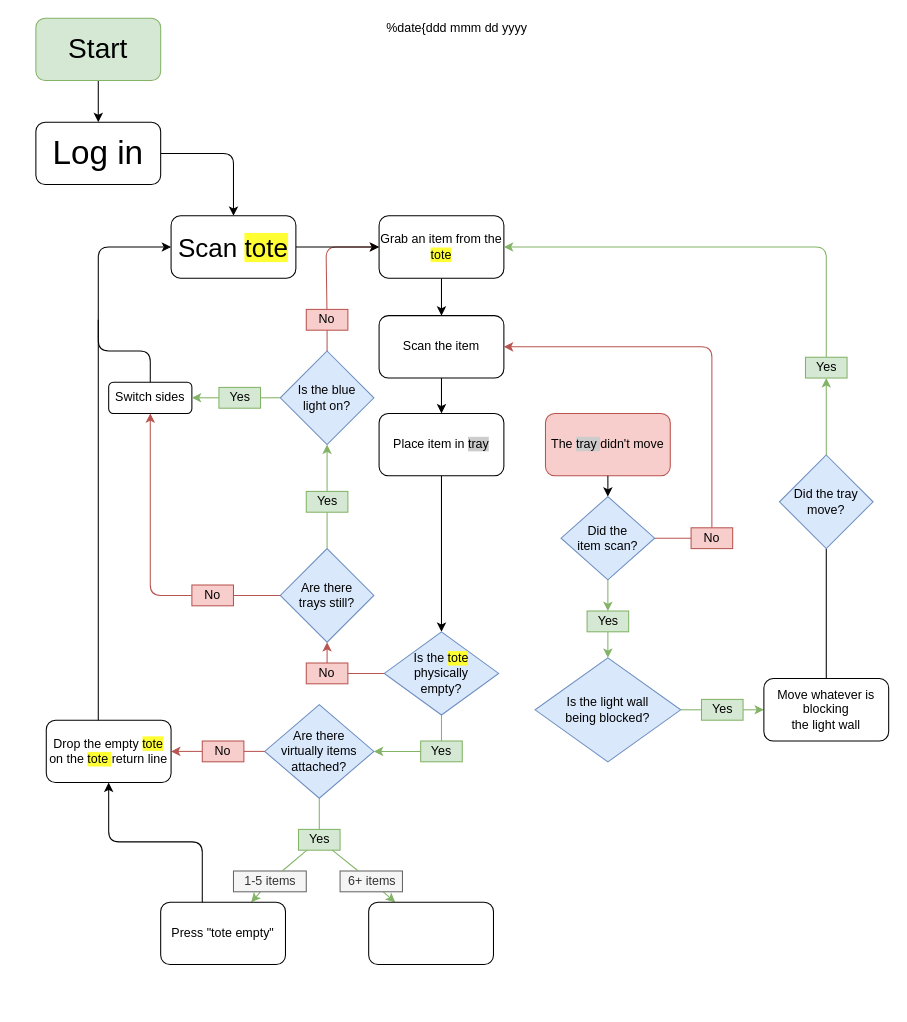
Earlier version of the draw.io diagram media/Induct_Flow.drawio (Pshock13/shocklp). Source tidied: cells renumbered, new cells numbered last; positions are measured from the earlier drawing's top-left corner, leaving out a move shared by most shapes. Both pictures are drawn from the tidied source at 104%, with x=0, y=0 at pixel (35, 18).
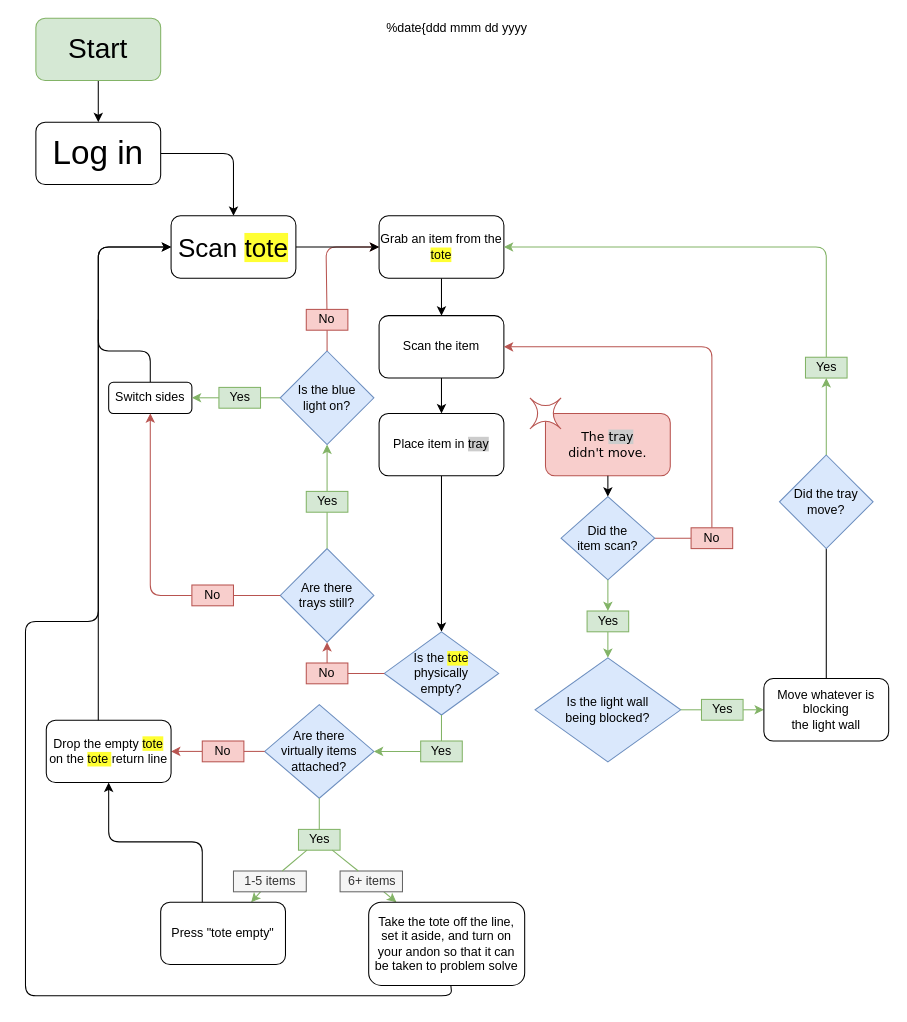
Above is the later version.

Unchanged cells that the change refers to:
```xml
<mxCell id="10" value="&lt;font style=&quot;font-size: 25px&quot;&gt;Scan &lt;span style=&quot;background-color: rgb(255 , 255 , 51)&quot;&gt;tote&lt;/span&gt;&lt;br&gt;&lt;/font&gt;" style="whiteSpace=wrap;html=1;rounded=1;" parent="1" vertex="1">
  <mxGeometry x="130" y="190" width="120" height="60" as="geometry" />
</mxCell>
```

What changed in the source:
```diff
@@
-    <mxCell id="25" value="The &lt;span style=&quot;background-color: rgb(204 , 204 , 204)&quot;&gt;tray &lt;/span&gt;didn't move" style="rounded=1;whiteSpace=wrap;html=1;fillColor=#f8cecc;strokeColor=#b85450;" parent="1" vertex="1">
+    <mxCell id="25" value="&lt;div&gt;&lt;font face=&quot;Verdana&quot;&gt;The &lt;span style=&quot;background-color: rgb(204 , 204 , 204)&quot;&gt;tray&lt;br&gt;&lt;/span&gt;&lt;/font&gt;&lt;/div&gt;&lt;div&gt;&lt;font face=&quot;Verdana&quot;&gt;&lt;span style=&quot;background-color: rgb(204 , 204 , 204)&quot;&gt;&lt;/span&gt;didn't move.&lt;/font&gt;&lt;/div&gt;" style="rounded=1;whiteSpace=wrap;html=1;fillColor=#f8cecc;strokeColor=#b85450;" parent="1" vertex="1">
       <mxGeometry x="490" y="380" width="120" height="60" as="geometry" />
     </mxCell>
@@
-    <mxCell id="70" style="whiteSpace=wrap;html=1;rounded=1;" parent="1" vertex="1">
-      <mxGeometry x="320" y="850" width="120" height="60" as="geometry" />
+    <mxCell id="70" value="Take the tote off the line, set it aside, and turn on your andon so that it can be taken to problem solve" style="whiteSpace=wrap;html=1;rounded=1;" parent="1" vertex="1">
+      <mxGeometry x="320" y="850" width="150" height="80" as="geometry" />
     </mxCell>
@@
+    <mxCell id="75" style="endArrow=classic;html=1;entryX=0;entryY=0.5;entryDx=0;entryDy=0;" parent="1" edge="1" source="70" target="10">
+      <mxGeometry relative="1" as="geometry">
+        <Array as="points">
+          <mxPoint x="400" y="940" />
+          <mxPoint x="-10" y="940" />
+          <mxPoint x="-10" y="580" />
+          <mxPoint x="60" y="580" />
+          <mxPoint x="60" y="220" />
+        </Array>
+      </mxGeometry>
+    </mxCell>
+    <mxCell id="76" style="shape=switch;whiteSpace=wrap;html=1;strokeColor=#b85450;" parent="1" vertex="1">
+      <mxGeometry x="475" y="365" width="30" height="30" as="geometry" />
+    </mxCell>
```
